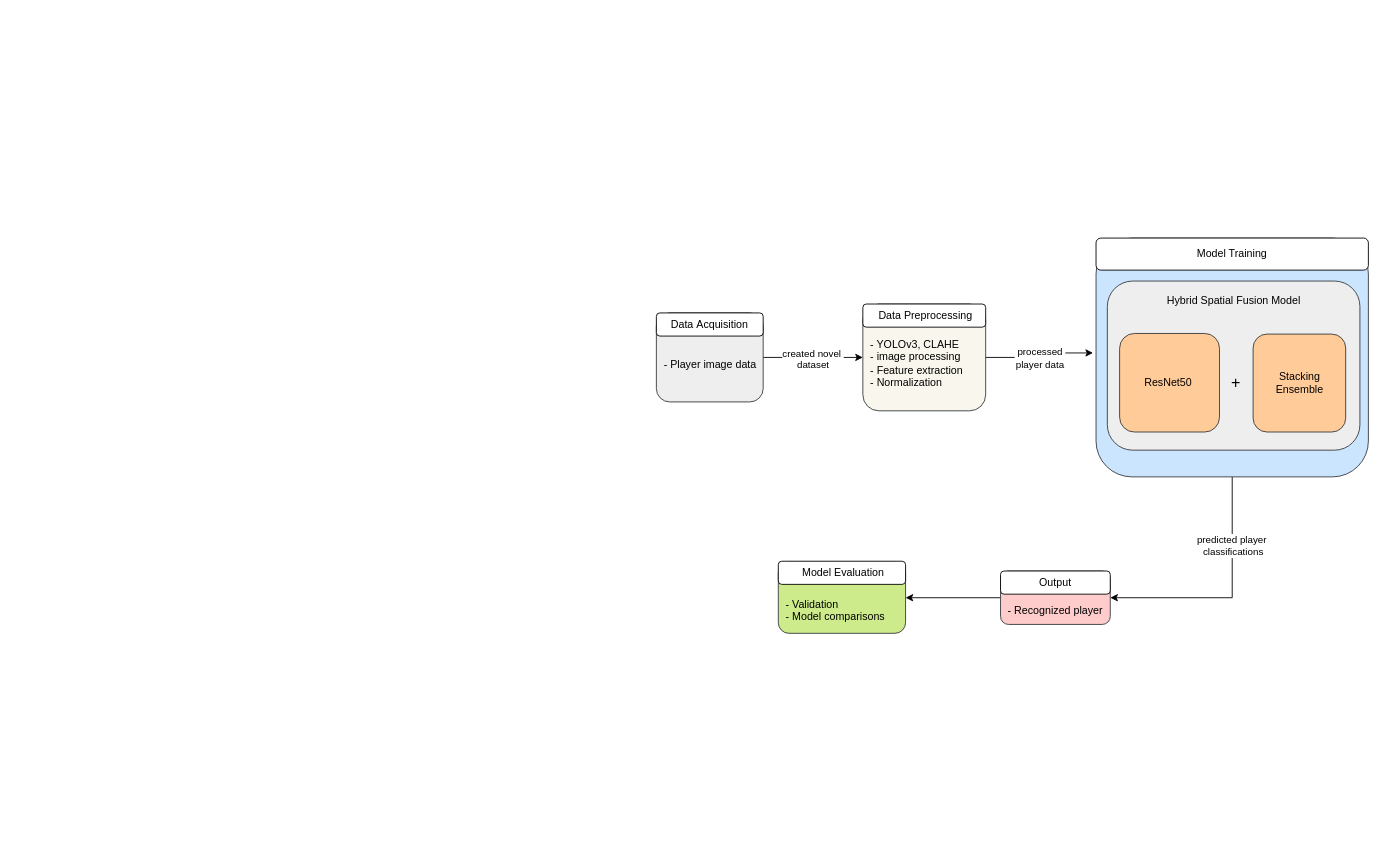
Above: page "IJCNN full design" (4 of 10) of Documents/Untitled Diagram.drawio in Nadun999/FYP (draw.io), before the change. Source tidied: cells renumbered, new cells numbered last; positions are measured from the earlier drawing's top-left corner, leaving out a move shared by most shapes. Both pictures are drawn from the tidied source at 89%, with x=0, y=0 at pixel (656, 238).
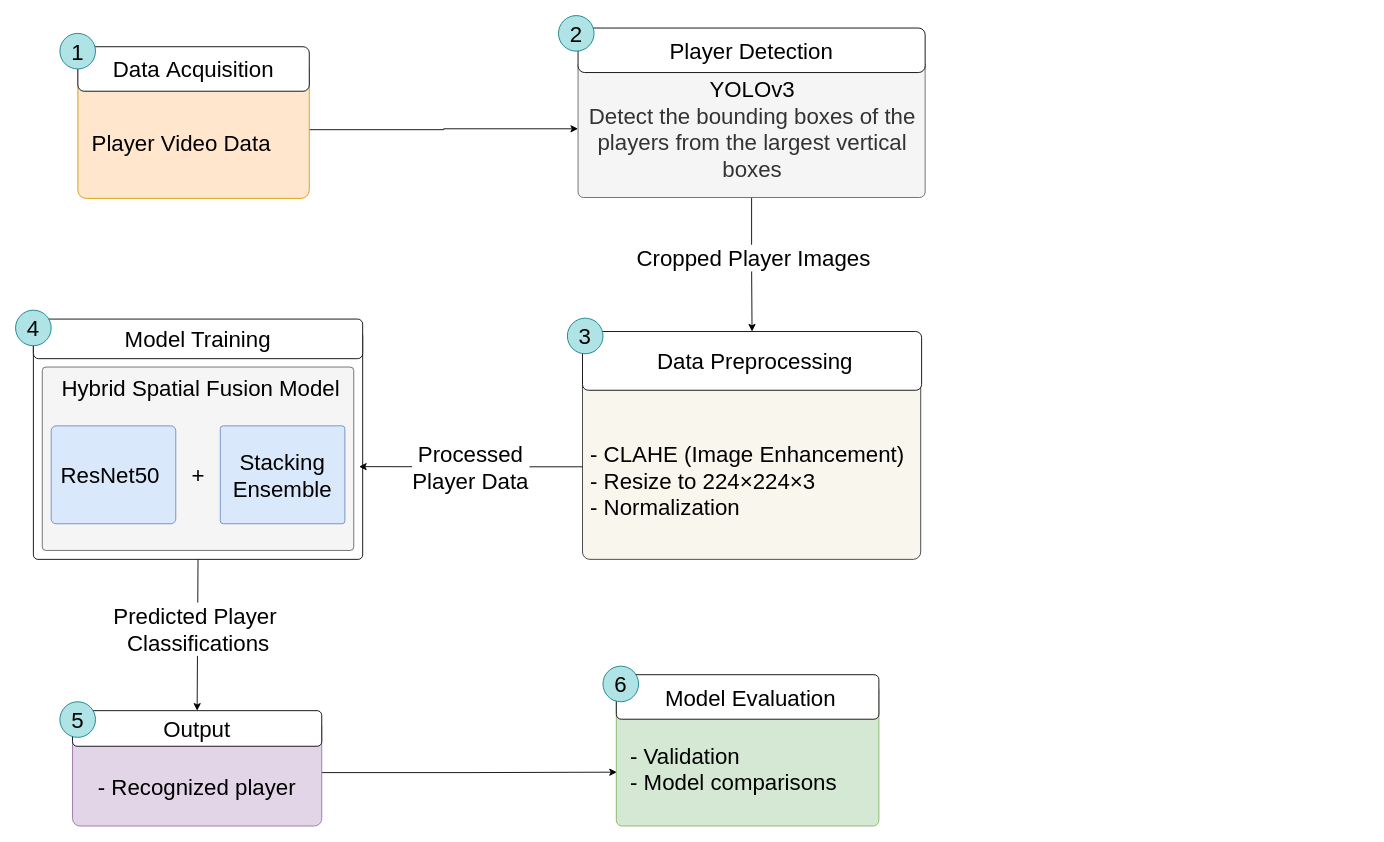
The same page after the edit.

The edit, as a diff of the source:
```diff
@@
-    <mxCell id="2" style="edgeStyle=orthogonalEdgeStyle;rounded=0;jettySize=auto;html=1;" parent="1" edge="1" source="4" target="10">
+    <mxCell id="2" style="edgeStyle=orthogonalEdgeStyle;rounded=0;jettySize=auto;html=1;fontSize=25;labelBorderColor=none;fontFamily=Helvetica;fontStyle=0;entryX=0.5;entryY=0;entryDx=0;entryDy=0;" parent="1" edge="1" source="4" target="19">
       <mxGeometry relative="1" as="geometry" />
     </mxCell>
-    <mxCell id="3" value="created novel&amp;nbsp;&lt;div&gt;dataset&lt;div&gt;&lt;br&gt;&lt;/div&gt;&lt;/div&gt;" style="edgeLabel;html=1;align=center;verticalAlign=middle;" parent="2" vertex="1">
+    <mxCell id="3" value="Cropped Player Images" style="edgeLabel;html=1;align=center;verticalAlign=middle;fontSize=25;labelBorderColor=none;fontFamily=Helvetica;fontStyle=0;" parent="2" vertex="1">
       <mxGeometry x="-0.29" y="2" relative="1" as="geometry">
-        <mxPoint x="15" y="10" as="offset" />
+        <mxPoint x="-1" y="13" as="offset" />
       </mxGeometry>
     </mxCell>
-    <mxCell id="4" value="&lt;div style=&quot;text-align: center;&quot;&gt;&lt;br&gt;&lt;/div&gt;&lt;div style=&quot;text-align: right;&quot;&gt;&lt;br&gt;&lt;/div&gt;&lt;div&gt;&amp;nbsp; - Player image data&lt;/div&gt;&lt;div&gt;&lt;br&gt;&lt;/div&gt;" style="rounded=1;whiteSpace=wrap;html=1;align=left;fillColor=#eeeeee;strokeColor=#36393d;" parent="1" vertex="1">
-      <mxGeometry y="84.1" width="120" height="100" as="geometry" />
+    <mxCell id="4" value="&lt;div style=&quot;text-align: center;&quot;&gt;&lt;span style=&quot;background-color: transparent; color: light-dark(rgb(0, 0, 0), rgb(255, 255, 255));&quot;&gt;YOLOv3&lt;/span&gt;&lt;/div&gt;&lt;div style=&quot;text-align: center;&quot;&gt;Detect the bounding boxes of the players from the largest vertical boxes&lt;/div&gt;" style="rounded=1;whiteSpace=wrap;html=1;align=left;fontSize=25;arcSize=4;labelBorderColor=none;fontFamily=Helvetica;fontStyle=0;fillColor=#f5f5f5;fontColor=#333333;strokeColor=#666666;" parent="1" vertex="1">
+      <mxGeometry x="-88" y="-200" width="390" height="154.4" as="geometry" />
     </mxCell>
-    <mxCell id="5" style="edgeStyle=orthogonalEdgeStyle;rounded=0;jettySize=auto;html=1;exitX=0;exitY=0.5;exitDx=0;exitDy=0;entryX=1;entryY=0.5;entryDx=0;entryDy=0;" parent="1" edge="1" source="6" target="7">
+    <mxCell id="5" style="edgeStyle=orthogonalEdgeStyle;rounded=0;jettySize=auto;html=1;exitX=1;exitY=0.5;exitDx=0;exitDy=0;fontSize=25;labelBorderColor=none;fontFamily=Helvetica;fontStyle=0;entryX=0.002;entryY=0.62;entryDx=0;entryDy=0;entryPerimeter=0;" parent="1" edge="1" source="6" target="7">
       <mxGeometry relative="1" as="geometry" />
     </mxCell>
-    <mxCell id="6" value="&lt;div&gt;&lt;span style=&quot;text-align: left; background-color: initial;&quot;&gt;&lt;br&gt;&lt;/span&gt;&lt;/div&gt;&lt;div&gt;&lt;span style=&quot;text-align: left; background-color: initial;&quot;&gt;&lt;br&gt;&lt;/span&gt;&lt;/div&gt;&lt;div style=&quot;text-align: left;&quot;&gt;&lt;span style=&quot;background-color: initial;&quot;&gt;- Recognized player&lt;/span&gt;&lt;/div&gt;" style="rounded=1;whiteSpace=wrap;html=1;fillColor=#ffcccc;strokeColor=#36393d;" parent="1" vertex="1">
-      <mxGeometry x="386.7" y="374.1" width="123.3" height="60" as="geometry" />
+    <mxCell id="6" value="&lt;div&gt;&lt;br&gt;&lt;/div&gt;&lt;div style=&quot;text-align: left;&quot;&gt;&lt;span style=&quot;background-color: initial;&quot;&gt;- Recognized player&lt;/span&gt;&lt;/div&gt;" style="rounded=1;whiteSpace=wrap;html=1;fillColor=#e1d5e7;strokeColor=#9673a6;fontSize=25;arcSize=7;labelBorderColor=none;fontFamily=Helvetica;fontStyle=0;" parent="1" vertex="1">
+      <mxGeometry x="-656" y="540.6" width="280" height="120" as="geometry" />
     </mxCell>
-    <mxCell id="7" value="&lt;div&gt;&lt;br&gt;&lt;/div&gt;&lt;div&gt;&lt;br&gt;&lt;/div&gt;&lt;div style=&quot;&quot;&gt;&amp;nbsp; - Validation&lt;/div&gt;&lt;div style=&quot;&quot;&gt;&amp;nbsp; - Model comparisons&lt;/div&gt;" style="rounded=1;whiteSpace=wrap;html=1;align=left;fillColor=#cdeb8b;strokeColor=#36393d;" parent="1" vertex="1">
-      <mxGeometry x="137" y="364.1" width="143" height="80" as="geometry" />
+    <mxCell id="7" value="&lt;div&gt;&lt;br&gt;&lt;/div&gt;&lt;div&gt;&amp;nbsp; - Validation&lt;/div&gt;&lt;div&gt;&amp;nbsp; - Model comparisons&lt;/div&gt;" style="rounded=1;whiteSpace=wrap;html=1;align=left;fillColor=#d5e8d4;strokeColor=#82b366;fontSize=25;arcSize=4;labelBorderColor=none;fontFamily=Helvetica;fontStyle=0;" parent="1" vertex="1">
+      <mxGeometry x="-45" y="501.4" width="295" height="159.2" as="geometry" />
     </mxCell>
-    <mxCell id="8" style="edgeStyle=orthogonalEdgeStyle;rounded=0;jettySize=auto;html=1;entryX=-0.011;entryY=0.481;entryDx=0;entryDy=0;entryPerimeter=0;" parent="1" edge="1" source="10" target="13">
-      <mxGeometry relative="1" as="geometry" />
-    </mxCell>
-    <mxCell id="9" value="&amp;nbsp;processed&amp;nbsp;&lt;div&gt;player data&lt;/div&gt;" style="edgeLabel;html=1;align=center;verticalAlign=middle;" parent="8" vertex="1">
-      <mxGeometry x="-0.19" y="2" relative="1" as="geometry">
-        <mxPoint x="9" y="2" as="offset" />
-      </mxGeometry>
-    </mxCell>
-    <mxCell id="10" value="&lt;div style=&quot;text-align: center;&quot;&gt;&lt;br&gt;&lt;/div&gt;&lt;div style=&quot;text-align: center;&quot;&gt;&lt;br&gt;&lt;/div&gt;&lt;span style=&quot;background-color: initial;&quot;&gt;&amp;nbsp; - YOLOv3, CLAHE&lt;/span&gt;&lt;br&gt;&lt;span style=&quot;background-color: initial;&quot;&gt;&amp;nbsp; - image processing&lt;/span&gt;&lt;br&gt;&lt;span style=&quot;background-color: initial;&quot;&gt;&amp;nbsp; - Feature extraction&lt;/span&gt;&lt;br&gt;&lt;div&gt;&lt;span style=&quot;background-color: initial;&quot;&gt;&amp;nbsp; - Normalization&lt;/span&gt;&lt;/div&gt;&lt;div&gt;&lt;br&gt;&lt;/div&gt;" style="rounded=1;whiteSpace=wrap;html=1;align=left;fillColor=#f9f7ed;strokeColor=#36393d;" parent="1" vertex="1">
-      <mxGeometry x="232" y="74.1" width="138" height="120" as="geometry" />
+    <mxCell id="10" value="&lt;br&gt;&lt;div&gt;&lt;div&gt;&lt;span style=&quot;background-color: transparent; color: light-dark(rgb(0, 0, 0), rgb(255, 255, 255));&quot;&gt;&amp;nbsp;- CLAHE (Image&amp;nbsp;&lt;/span&gt;&lt;span style=&quot;background-color: transparent; color: light-dark(rgb(0, 0, 0), rgb(255, 255, 255));&quot;&gt;Enhancement)&lt;/span&gt;&lt;span style=&quot;background-color: transparent; color: light-dark(rgb(0, 0, 0), rgb(255, 255, 255));&quot;&gt;&amp;nbsp;&amp;nbsp;&lt;/span&gt;&lt;/div&gt;&lt;div&gt;&lt;span style=&quot;background-color: transparent; color: light-dark(rgb(0, 0, 0), rgb(255, 255, 255));&quot;&gt;&amp;nbsp;- Resize to 224×224×3&lt;/span&gt;&lt;br&gt;&lt;div&gt;&lt;div&gt;&amp;nbsp;- Normalization&lt;/div&gt;&lt;/div&gt;&lt;/div&gt;&lt;/div&gt;" style="rounded=1;whiteSpace=wrap;html=1;align=left;fillColor=#f9f7ed;strokeColor=#36393d;fontSize=25;arcSize=4;labelBorderColor=none;fontFamily=Helvetica;fontStyle=0;" parent="1" vertex="1">
+      <mxGeometry x="-83" y="153" width="380" height="208" as="geometry" />
     </mxCell>
-    <mxCell id="11" style="edgeStyle=orthogonalEdgeStyle;rounded=0;jettySize=auto;html=1;exitX=0.5;exitY=1;exitDx=0;exitDy=0;entryX=1;entryY=0.5;entryDx=0;entryDy=0;" parent="1" edge="1" source="13" target="6">
-      <mxGeometry relative="1" as="geometry" />
+    <mxCell id="11" style="edgeStyle=orthogonalEdgeStyle;rounded=0;jettySize=auto;html=1;exitX=0.5;exitY=1;exitDx=0;exitDy=0;fontSize=25;labelBorderColor=none;fontFamily=Helvetica;fontStyle=0;entryX=0.5;entryY=0;entryDx=0;entryDy=0;" parent="1" edge="1" source="13" target="21">
+      <mxGeometry relative="1" as="geometry">
+        <Array as="points">
+          <mxPoint x="-515" y="531" />
+        </Array>
+      </mxGeometry>
     </mxCell>
-    <mxCell id="12" value="predicted player&amp;nbsp;&lt;div&gt;classifications&lt;/div&gt;" style="edgeLabel;html=1;align=center;verticalAlign=middle;" parent="11" vertex="1">
+    <mxCell id="12" value="Predicted Player&amp;nbsp;&lt;div&gt;Classifications&lt;/div&gt;" style="edgeLabel;html=1;align=center;verticalAlign=middle;fontSize=25;labelBorderColor=none;fontFamily=Helvetica;fontStyle=0;" parent="11" vertex="1">
       <mxGeometry x="-0.32" y="1" relative="1" as="geometry">
-        <mxPoint x="-1" y="-16" as="offset" />
+        <mxPoint x="-1" y="19" as="offset" />
       </mxGeometry>
     </mxCell>
-    <mxCell id="13" style="rounded=1;whiteSpace=wrap;html=1;fillColor=#cce5ff;strokeColor=#36393d;" parent="1" vertex="1">
-      <mxGeometry x="494" width="306" height="268.3" as="geometry" />
+    <mxCell id="13" style="rounded=1;whiteSpace=wrap;html=1;fontSize=25;arcSize=2;labelBorderColor=none;fontFamily=Helvetica;fontStyle=0;" parent="1" vertex="1">
+      <mxGeometry x="-700" y="105" width="370" height="256" as="geometry" />
     </mxCell>
-    <mxCell id="14" value="Hybrid Spatial Fusion Model&lt;div&gt;&lt;br&gt;&lt;/div&gt;&lt;div&gt;&lt;br&gt;&lt;/div&gt;&lt;div&gt;&lt;br&gt;&lt;/div&gt;&lt;div&gt;&lt;br&gt;&lt;/div&gt;&lt;div&gt;&lt;br&gt;&lt;/div&gt;&lt;div&gt;&lt;br&gt;&lt;/div&gt;&lt;div&gt;&lt;br&gt;&lt;/div&gt;&lt;div&gt;&lt;br&gt;&lt;/div&gt;&lt;div&gt;&lt;br&gt;&lt;/div&gt;&lt;div&gt;&lt;br&gt;&lt;/div&gt;" style="rounded=1;whiteSpace=wrap;html=1;fillColor=#eeeeee;strokeColor=#36393d;" parent="1" vertex="1">
-      <mxGeometry x="506.7" y="48.3" width="283.8" height="190" as="geometry" />
+    <mxCell id="14" value="&lt;div&gt;&lt;br&gt;&lt;/div&gt;&lt;div&gt;&lt;br&gt;&lt;/div&gt;&lt;div&gt;&lt;br&gt;&lt;/div&gt;&lt;div&gt;&lt;br&gt;&lt;/div&gt;&lt;div&gt;&lt;br&gt;&lt;/div&gt;&lt;div&gt;&lt;br&gt;&lt;/div&gt;&lt;div&gt;&lt;br&gt;&lt;/div&gt;&lt;div&gt;&lt;br&gt;&lt;/div&gt;&lt;div&gt;&lt;br&gt;&lt;/div&gt;&lt;div&gt;&lt;br&gt;&lt;/div&gt;" style="rounded=1;whiteSpace=wrap;html=1;fillColor=#f5f5f5;strokeColor=#666666;fontSize=25;arcSize=2;labelBorderColor=none;fontFamily=Helvetica;fontStyle=0;fontColor=#333333;" parent="1" vertex="1">
+      <mxGeometry x="-690" y="144.9" width="350" height="206.1" as="geometry" />
     </mxCell>
-    <mxCell id="15" value="&lt;div&gt;&lt;span style=&quot;background-color: initial;&quot;&gt;ResNet50&amp;nbsp;&lt;/span&gt;&lt;/div&gt;" style="rounded=1;whiteSpace=wrap;html=1;fillColor=#ffcc99;strokeColor=#36393d;" parent="1" vertex="1">
-      <mxGeometry x="520.5" y="107.2" width="112.2" height="110.7" as="geometry" />
+    <mxCell id="15" value="&lt;div&gt;&lt;span style=&quot;background-color: initial;&quot;&gt;ResNet50&amp;nbsp;&lt;/span&gt;&lt;/div&gt;" style="rounded=1;whiteSpace=wrap;html=1;fillColor=#dae8fc;strokeColor=#6c8ebf;fontSize=25;arcSize=5;labelBorderColor=none;fontFamily=Helvetica;fontStyle=0;" parent="1" vertex="1">
+      <mxGeometry x="-680" y="211" width="140" height="110" as="geometry" />
     </mxCell>
-    <mxCell id="16" value="Stacking Ensemble" style="rounded=1;whiteSpace=wrap;html=1;fillColor=#ffcc99;strokeColor=#36393d;" parent="1" vertex="1">
-      <mxGeometry x="670.5" y="107.9" width="104" height="110" as="geometry" />
+    <mxCell id="16" value="Stacking Ensemble" style="rounded=1;whiteSpace=wrap;html=1;fillColor=#dae8fc;strokeColor=#6c8ebf;fontSize=25;arcSize=3;labelBorderColor=none;fontFamily=Helvetica;fontStyle=0;" parent="1" vertex="1">
+      <mxGeometry x="-490" y="211" width="140" height="110" as="geometry" />
     </mxCell>
-    <mxCell id="17" value="&lt;font style=&quot;font-size: 18px;&quot;&gt;+&lt;/font&gt;" style="text;html=1;align=center;verticalAlign=middle;strokeColor=none;fillColor=none;" parent="1" vertex="1">
-      <mxGeometry x="635.6" y="142.6" width="30" height="40" as="geometry" />
+    <mxCell id="17" value="&lt;font&gt;+&lt;/font&gt;" style="text;html=1;align=center;verticalAlign=middle;strokeColor=none;fillColor=none;fontSize=25;labelBorderColor=none;fontFamily=Helvetica;fontStyle=0;" parent="1" vertex="1">
+      <mxGeometry x="-535" y="246" width="40" height="40" as="geometry" />
     </mxCell>
-    <mxCell id="18" value="&lt;div&gt;&lt;span style=&quot;&quot;&gt;Data&amp;nbsp;&lt;/span&gt;&lt;span style=&quot;&quot;&gt;Acquisition&lt;/span&gt;&lt;/div&gt;" style="rounded=1;whiteSpace=wrap;html=1;labelBackgroundColor=none;" parent="1" vertex="1">
-      <mxGeometry y="84.1" width="120" height="26" as="geometry" />
+    <mxCell id="18" value="&lt;div&gt;Player Detection&lt;/div&gt;" style="rounded=1;whiteSpace=wrap;html=1;labelBackgroundColor=none;fontSize=25;arcSize=15;labelBorderColor=none;fontFamily=Helvetica;fontStyle=0;" parent="1" vertex="1">
+      <mxGeometry x="-88" y="-236" width="390" height="50" as="geometry" />
     </mxCell>
-    <mxCell id="19" value="&lt;div&gt;&lt;span style=&quot;background-color: initial;&quot;&gt;&amp;nbsp;Data&amp;nbsp;&lt;/span&gt;&lt;span style=&quot;background-color: initial;&quot;&gt;Preprocessing&lt;/span&gt;&lt;/div&gt;" style="rounded=1;whiteSpace=wrap;html=1;" parent="1" vertex="1">
-      <mxGeometry x="232" y="74.1" width="138" height="26" as="geometry" />
+    <mxCell id="19" value="&lt;div&gt;&lt;span style=&quot;background-color: initial;&quot;&gt;&amp;nbsp;Data&amp;nbsp;&lt;/span&gt;&lt;span style=&quot;background-color: initial;&quot;&gt;Preprocessing&lt;/span&gt;&lt;/div&gt;" style="rounded=1;whiteSpace=wrap;html=1;fontSize=25;arcSize=10;labelBorderColor=none;fontFamily=Helvetica;fontStyle=0;" parent="1" vertex="1">
+      <mxGeometry x="-83" y="105" width="381" height="66" as="geometry" />
     </mxCell>
-    <mxCell id="20" value="&amp;nbsp;Model Evaluation" style="rounded=1;whiteSpace=wrap;html=1;" parent="1" vertex="1">
-      <mxGeometry x="137" y="363.1" width="143" height="26" as="geometry" />
+    <mxCell id="20" value="&amp;nbsp;Model Evaluation" style="rounded=1;whiteSpace=wrap;html=1;fontSize=25;arcSize=11;labelBorderColor=none;fontFamily=Helvetica;fontStyle=0;" parent="1" vertex="1">
+      <mxGeometry x="-45" y="490.6" width="295" height="50" as="geometry" />
     </mxCell>
-    <mxCell id="21" value="Output" style="rounded=1;whiteSpace=wrap;html=1;" parent="1" vertex="1">
-      <mxGeometry x="386.7" y="374.1" width="123.3" height="26" as="geometry" />
+    <mxCell id="21" value="Output" style="rounded=1;whiteSpace=wrap;html=1;fontSize=25;arcSize=13;labelBorderColor=none;fontFamily=Helvetica;fontStyle=0;" parent="1" vertex="1">
+      <mxGeometry x="-656" y="531" width="280" height="40" as="geometry" />
     </mxCell>
-    <mxCell id="22" value="Model Training" style="rounded=1;whiteSpace=wrap;html=1;" parent="1" vertex="1">
-      <mxGeometry x="494" width="306" height="36" as="geometry" />
+    <mxCell id="22" value="Model Training" style="rounded=1;whiteSpace=wrap;html=1;fontSize=25;arcSize=13;labelBorderColor=none;fontFamily=Helvetica;fontStyle=0;" parent="1" vertex="1">
+      <mxGeometry x="-700" y="91" width="370" height="44.5" as="geometry" />
     </mxCell>
+    <mxCell id="23" value="Hybrid Spatial Fusion Model&lt;div style=&quot;forced-color-adjust: none;&quot;&gt;&lt;br style=&quot;forced-color-adjust: none; color: rgb(0, 0, 0); font-variant-ligatures: normal; font-variant-caps: normal; letter-spacing: normal; orphans: 2; text-align: center; text-indent: 0px; text-transform: none; widows: 2; word-spacing: 0px; -webkit-text-stroke-width: 0px; white-space: normal; background-color: rgb(236, 236, 236); text-decoration-thickness: initial; text-decoration-style: initial; text-decoration-color: initial;&quot;&gt;&lt;/div&gt;" style="text;whiteSpace=wrap;html=1;fontSize=25;labelBorderColor=none;fontFamily=Helvetica;fontStyle=0;" parent="1" vertex="1">
+      <mxGeometry x="-670.2" y="146.9" width="338.2" height="50" as="geometry" />
+    </mxCell>
+    <mxCell id="24" style="edgeStyle=orthogonalEdgeStyle;rounded=0;jettySize=auto;html=1;exitX=1;exitY=0.5;exitDx=0;exitDy=0;fontStyle=1;fontSize=19;" parent="1" edge="1" source="25" target="4">
+      <mxGeometry relative="1" as="geometry" />
+    </mxCell>
+    <mxCell id="25" value="&lt;div style=&quot;text-align: center;&quot;&gt;&lt;br&gt;&lt;/div&gt;&lt;div style=&quot;text-align: right;&quot;&gt;&lt;br&gt;&lt;/div&gt;&lt;div&gt;&amp;nbsp; Player Video Data&lt;/div&gt;&lt;div&gt;&lt;br&gt;&lt;/div&gt;" style="rounded=1;whiteSpace=wrap;html=1;align=left;fillColor=#ffe6cc;strokeColor=#d79b00;fontSize=25;arcSize=6;labelBorderColor=none;fontFamily=Helvetica;fontStyle=0;" parent="1" vertex="1">
+      <mxGeometry x="-650" y="-199" width="260" height="154.4" as="geometry" />
+    </mxCell>
+    <mxCell id="26" value="&lt;div&gt;&lt;span&gt;Data&amp;nbsp;&lt;/span&gt;&lt;span&gt;Acquisition&lt;/span&gt;&lt;/div&gt;" style="rounded=1;whiteSpace=wrap;html=1;labelBackgroundColor=none;fontSize=25;arcSize=14;labelBorderColor=none;fontFamily=Helvetica;fontStyle=0;" parent="1" vertex="1">
+      <mxGeometry x="-650" y="-215" width="260" height="50" as="geometry" />
+    </mxCell>
+    <mxCell id="27" value="&lt;font style=&quot;font-size: 25px;&quot;&gt;1&lt;/font&gt;" style="ellipse;whiteSpace=wrap;html=1;fontSize=20;fillColor=#b0e3e6;strokeColor=#0e8088;" parent="1" vertex="1">
+      <mxGeometry x="-670.2" y="-230" width="40" height="40" as="geometry" />
+    </mxCell>
+    <mxCell id="28" value="&lt;span style=&quot;font-size: 25px;&quot;&gt;2&lt;/span&gt;" style="ellipse;whiteSpace=wrap;html=1;fontSize=20;fillColor=#b0e3e6;strokeColor=#0e8088;" parent="1" vertex="1">
+      <mxGeometry x="-110" y="-250" width="40" height="40" as="geometry" />
+    </mxCell>
+    <mxCell id="29" value="&lt;span style=&quot;font-size: 25px;&quot;&gt;3&lt;/span&gt;" style="ellipse;whiteSpace=wrap;html=1;fontSize=20;fillColor=#b0e3e6;strokeColor=#0e8088;" parent="1" vertex="1">
+      <mxGeometry x="-100" y="90" width="40" height="40" as="geometry" />
+    </mxCell>
+    <mxCell id="30" value="&lt;span style=&quot;font-size: 25px;&quot;&gt;4&lt;/span&gt;" style="ellipse;whiteSpace=wrap;html=1;fontSize=20;fillColor=#b0e3e6;strokeColor=#0e8088;" parent="1" vertex="1">
+      <mxGeometry x="-720" y="81" width="40" height="40" as="geometry" />
+    </mxCell>
+    <mxCell id="31" value="&lt;span style=&quot;font-size: 25px;&quot;&gt;5&lt;/span&gt;" style="ellipse;whiteSpace=wrap;html=1;fontSize=20;fillColor=#b0e3e6;strokeColor=#0e8088;" parent="1" vertex="1">
+      <mxGeometry x="-670.2" y="521" width="40" height="40" as="geometry" />
+    </mxCell>
+    <mxCell id="32" value="&lt;span style=&quot;font-size: 25px;&quot;&gt;6&lt;/span&gt;" style="ellipse;whiteSpace=wrap;html=1;fontSize=20;fillColor=#b0e3e6;strokeColor=#0e8088;" parent="1" vertex="1">
+      <mxGeometry x="-60" y="481" width="40" height="40" as="geometry" />
+    </mxCell>
+    <mxCell id="8" value="&lt;span style=&quot;font-size: 25px;&quot;&gt;&amp;nbsp;Processed&amp;nbsp;&lt;/span&gt;&lt;div style=&quot;font-size: 25px;&quot;&gt;Player Data&lt;/div&gt;" style="edgeStyle=orthogonalEdgeStyle;rounded=0;jettySize=auto;html=1;entryX=0.989;entryY=0.593;entryDx=0;entryDy=0;entryPerimeter=0;" parent="1" edge="1" source="10" target="13">
+      <mxGeometry relative="1" as="geometry" />
+    </mxCell>
```
